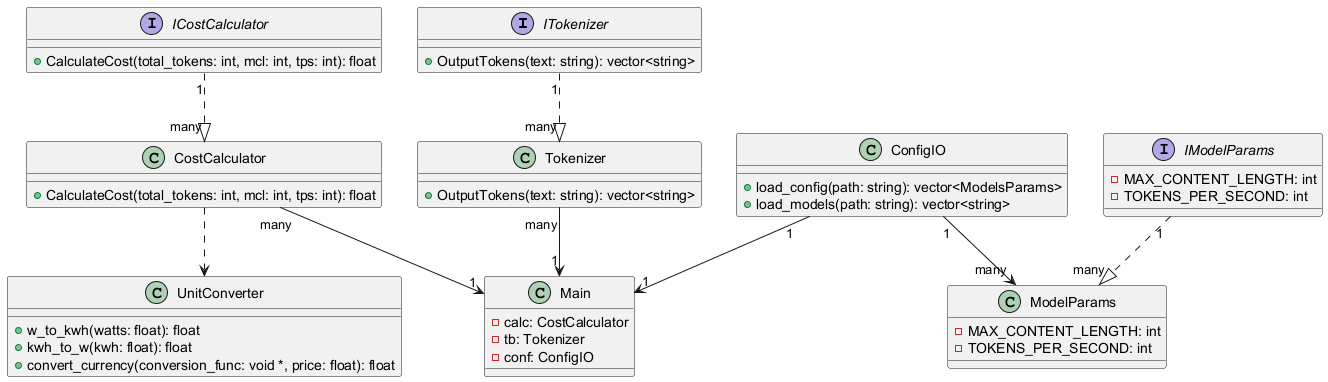
Before: uml/AITokenAnalyzer.png, a diagram exported from PlantUML (TeejMcSteez/ITCS3112FinalProject).
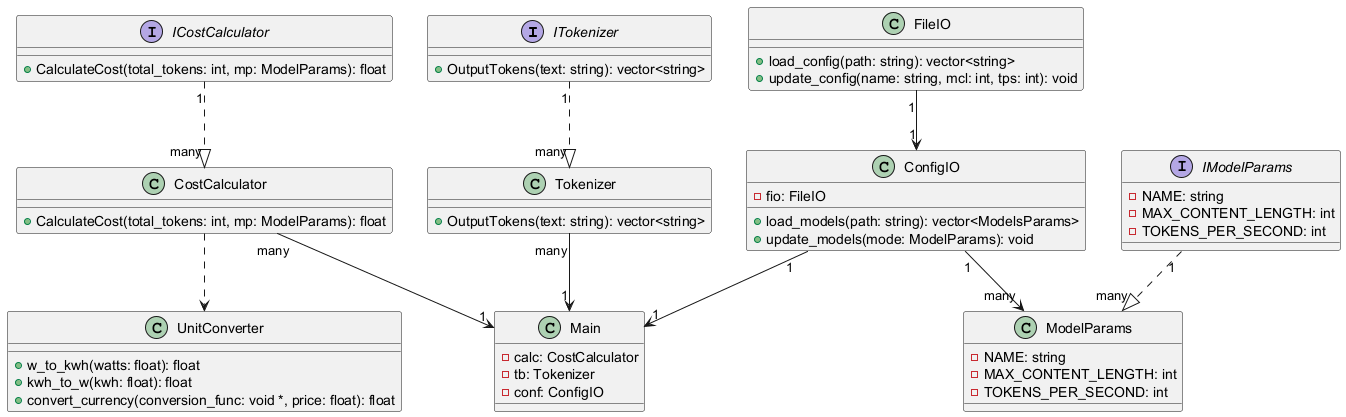
Above is the later version.

Commit message:
Updated to classes and relationships added fileIO to split configIO parsing

Diff of the diagram source:
```diff
@@ -9,26 +9,34 @@
 }
 
 interface ICostCalculator {
-    +CalculateCost(total_tokens: int, mcl: int, tps: int): float
+    +CalculateCost(total_tokens: int, mp: ModelParams): float
 }
 
 class CostCalculator {
-    +CalculateCost(total_tokens: int, mcl: int, tps: int): float
+    +CalculateCost(total_tokens: int, mp: ModelParams): float
 }
 
 interface IModelParams {
+    -NAME: string
     -MAX_CONTENT_LENGTH: int
     -TOKENS_PER_SECOND: int
 }
 
 class ModelParams {
+    -NAME: string
     -MAX_CONTENT_LENGTH: int
     -TOKENS_PER_SECOND: int
 }
 
+class FileIO {
+    +load_config(path: string): vector<string>
+    +update_config(name: string, mcl: int, tps: int): void
+}
+
 class ConfigIO {
-    +load_config(path: string): vector<ModelsParams>
-    +load_models(path: string): vector<string>
+    -fio: FileIO
+    +load_models(path: string): vector<ModelsParams>
+    +update_models(mode: ModelParams): void
 }
 
 class UnitConverter {
@@ -48,6 +56,7 @@
 CostCalculator ..> UnitConverter
 IModelParams "1" ..|> "many" ModelParams
 ConfigIO "1" --> "many" ModelParams
+FileIO "1" --> "1" ConfigIO
 CostCalculator "many" --> "1" Main
 Tokenizer "many" --> "1" Main
 ConfigIO "1" --> "1" Main
```
